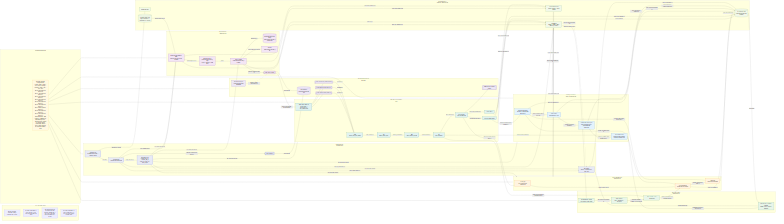
This is docs/design/platform/dev_full/graph/readiness/dev_full_platform_network_production_ready_current_v0.mermaid.png from EsosaOrumwese/fraud-detection-system, a Mermaid export, as it was before one commit. Its source is kept beside it as docs/design/platform/dev_full/graph/readiness/dev_full_platform_network_production_ready_current_v0.mermaid.mmd.
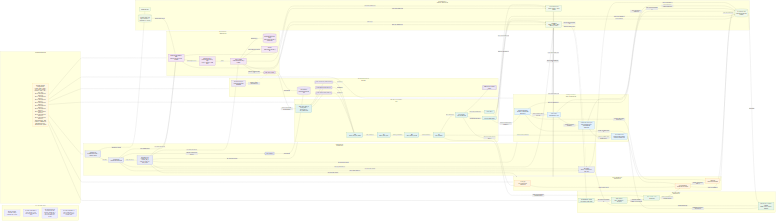
The same diagram one commit later.

Commit message:
Present readiness graphs in warm ready posture

What changed in the source:
```diff
@@ -13,7 +13,7 @@
   end
 
   subgraph READYNOTE["Current Working Platform"]
-    NOTE["Currently promoted working platform:<br>Control + Ingress + RTDL + Case + Label + Learning + Evolution / MLOps + Ops / Gov / Meta<br>Phase 0 closed green on 2026-03-10<br>Phase 1 closed green on 2026-03-11<br>Phase 3 closed green on 2026-03-11<br>Phase 4 closed green on 2026-03-12<br>Phase 5 closed green on 2026-03-12<br>Phase 6 closed green on 2026-03-12<br>Phase 7 rebuilt green on 2026-03-13<br>Phase 8 closed green on 2026-03-13<br>Phase 9 closed green on 2026-03-13<br>Declared envelope: 3000 steady eps / 6000 burst eps<br>Bounded longer-stress authorization now granted<br>Live runtime may be intentionally idled for review without changing the accepted readiness claim"]
+    NOTE["Currently promoted working platform:<br>Control + Ingress + RTDL + Case + Label + Learning + Evolution / MLOps + Ops / Gov / Meta<br>Phase 0 closed green on 2026-03-10<br>Phase 1 closed green on 2026-03-11<br>Phase 3 closed green on 2026-03-11<br>Phase 4 closed green on 2026-03-12<br>Phase 5 closed green on 2026-03-12<br>Phase 6 closed green on 2026-03-12<br>Phase 7 rebuilt green on 2026-03-13<br>Phase 8 closed green on 2026-03-13<br>Phase 9 closed green on 2026-03-13<br>Declared envelope: 3000 steady eps / 6000 burst eps<br>Bounded longer-stress authorization now granted"]
   end
 
   subgraph CONTROL["Control Network - Promoted Core"]
```
